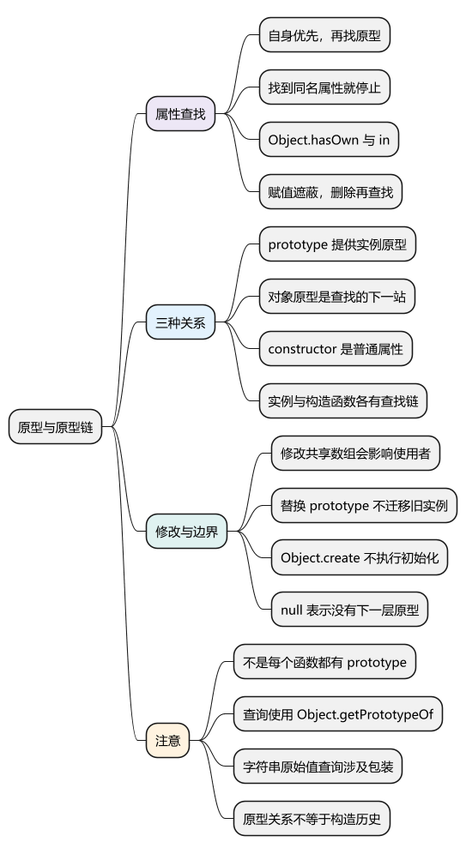
The PlantUML diagram docs/AI前端全栈教材/01_JavaScript/03_对象机制/examples/c11-mindmap.png in chenx18/JAVA, before a commit. The source it was exported from:
```plantuml
@startmindmap
skinparam defaultFontName Microsoft YaHei
skinparam defaultFontSize 14
skinparam dpi 100
skinparam backgroundColor white
skinparam shadowing false

* 原型与原型链
**[#EDE7F6] 属性查找
*** 自身优先，再找原型
*** 找到同名属性就停止
*** Object.hasOwn 与 in
*** 赋值遮蔽，删除再查找
**[#E3F2FD] 三种关系
*** prototype 提供实例原型
*** 对象原型是查找的下一站
*** constructor 是普通属性
*** 实例与构造函数各有查找链
**[#E0F2F1] 修改与边界
*** 修改共享数组会影响使用者
*** 替换 prototype 不迁移旧实例
*** Object.create 不执行初始化
*** null 表示没有下一层原型
**[#FFF3E0] 注意
*** 不是每个函数都有 prototype
*** 查询使用 Object.getPrototypeOf
*** 字符串原始值查询涉及包装
*** 原型关系不等于构造历史

@endmindmap
```
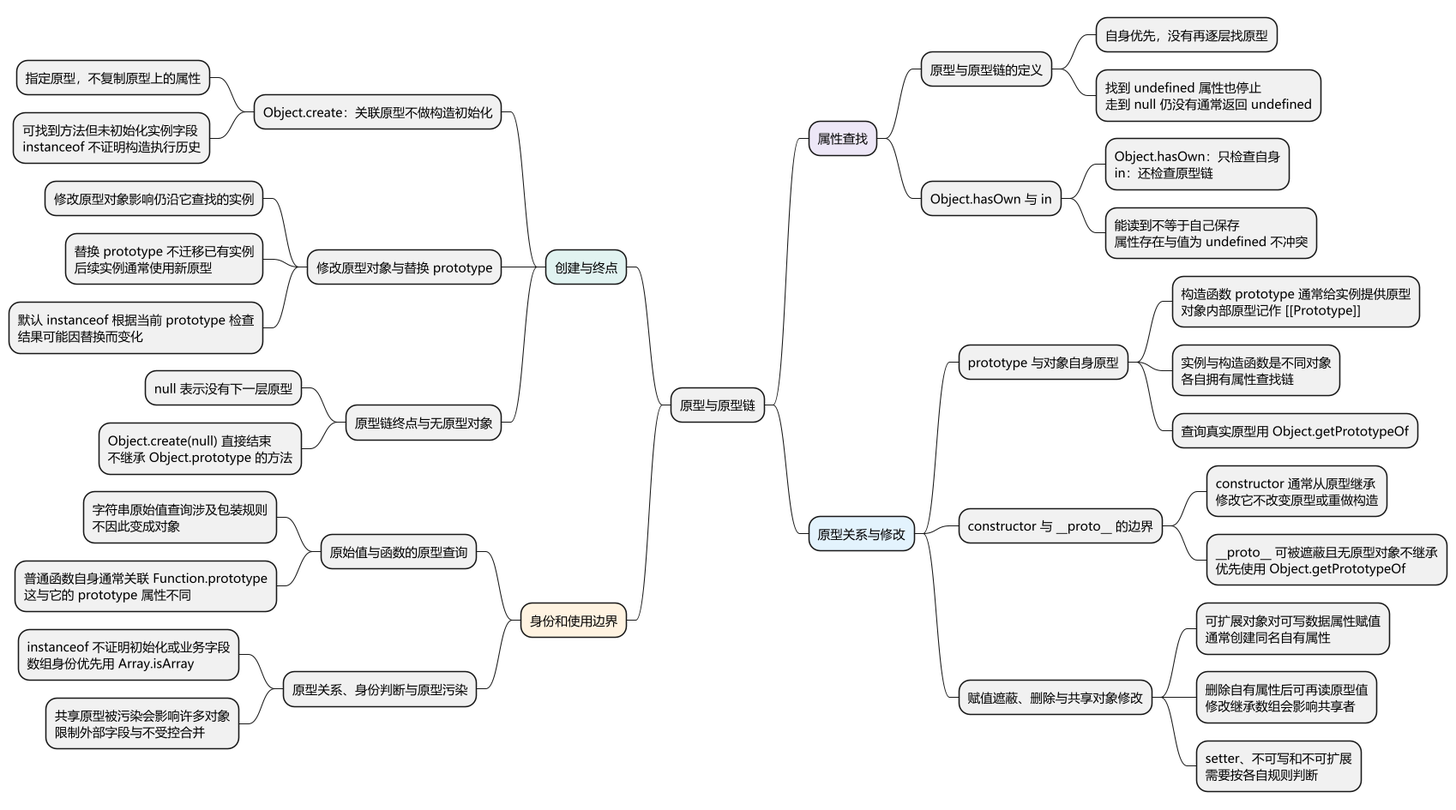
Later version of the same file.

Change to the diagram source:
```diff
@@ -7,24 +7,42 @@
 
 * 原型与原型链
 **[#EDE7F6] 属性查找
-*** 自身优先，再找原型
-*** 找到同名属性就停止
+*** 原型与原型链的定义
+**** 自身优先，没有再逐层找原型
+**** 找到 undefined 属性也停止\n走到 null 仍没有通常返回 undefined
 *** Object.hasOwn 与 in
-*** 赋值遮蔽，删除再查找
-**[#E3F2FD] 三种关系
-*** prototype 提供实例原型
-*** 对象原型是查找的下一站
-*** constructor 是普通属性
-*** 实例与构造函数各有查找链
-**[#E0F2F1] 修改与边界
-*** 修改共享数组会影响使用者
-*** 替换 prototype 不迁移旧实例
-*** Object.create 不执行初始化
-*** null 表示没有下一层原型
-**[#FFF3E0] 注意
-*** 不是每个函数都有 prototype
-*** 查询使用 Object.getPrototypeOf
-*** 字符串原始值查询涉及包装
-*** 原型关系不等于构造历史
+**** Object.hasOwn：只检查自身\nin：还检查原型链
+**** 能读到不等于自己保存\n属性存在与值为 undefined 不冲突
+**[#E3F2FD] 原型关系与修改
+*** prototype 与对象自身原型
+**** 构造函数 prototype 通常给实例提供原型\n对象内部原型记作 ~[[Prototype]]
+**** 实例与构造函数是不同对象\n各自拥有属性查找链
+**** 查询真实原型用 Object.getPrototypeOf
+*** constructor 与 ~__proto__ 的边界
+**** constructor 通常从原型继承\n修改它不改变原型或重做构造
+**** ~__proto__ 可被遮蔽且无原型对象不继承\n优先使用 Object.getPrototypeOf
+*** 赋值遮蔽、删除与共享对象修改
+**** 可扩展对象对可写数据属性赋值\n通常创建同名自有属性
+**** 删除自有属性后可再读原型值\n修改继承数组会影响共享者
+**** setter、不可写和不可扩展\n需要按各自规则判断
+left side
+**[#E0F2F1] 创建与终点
+*** Object.create：关联原型不做构造初始化
+**** 指定原型，不复制原型上的属性
+**** 可找到方法但未初始化实例字段\ninstanceof 不证明构造执行历史
+*** 修改原型对象与替换 prototype
+**** 修改原型对象影响仍沿它查找的实例
+**** 替换 prototype 不迁移已有实例\n后续实例通常使用新原型
+**** 默认 instanceof 根据当前 prototype 检查\n结果可能因替换而变化
+*** 原型链终点与无原型对象
+**** null 表示没有下一层原型
+**** Object.create(null) 直接结束\n不继承 Object.prototype 的方法
+**[#FFF3E0] 身份和使用边界
+*** 原始值与函数的原型查询
+**** 字符串原始值查询涉及包装规则\n不因此变成对象
+**** 普通函数自身通常关联 Function.prototype\n这与它的 prototype 属性不同
+*** 原型关系、身份判断与原型污染
+**** instanceof 不证明初始化或业务字段\n数组身份优先用 Array.isArray
+**** 共享原型被污染会影响许多对象\n限制外部字段与不受控合并
 
 @endmindmap
```
